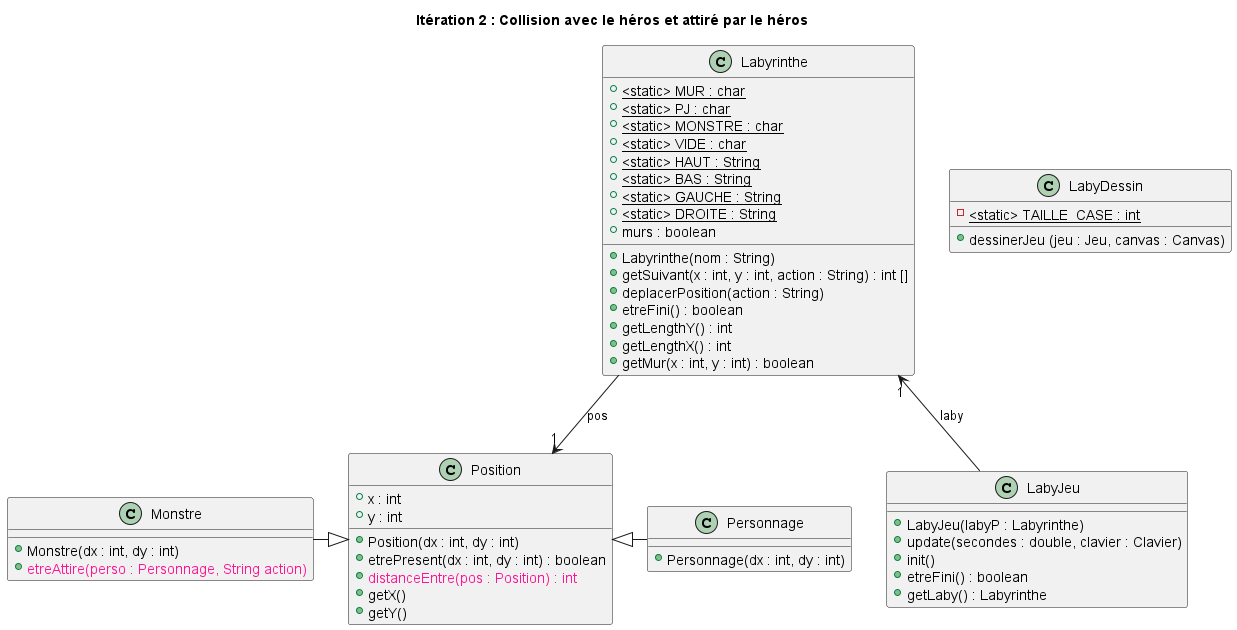
This is racine_depot/documents/version_3/diagClass_iter2-Itération_2___Collision_avec_le_héros_et_attiré_par_le_héros.png from Hugo-COLLIN/BUT_INFO_S2_2022_Zeldiablo, a PlantUML export, as it was before one commit.
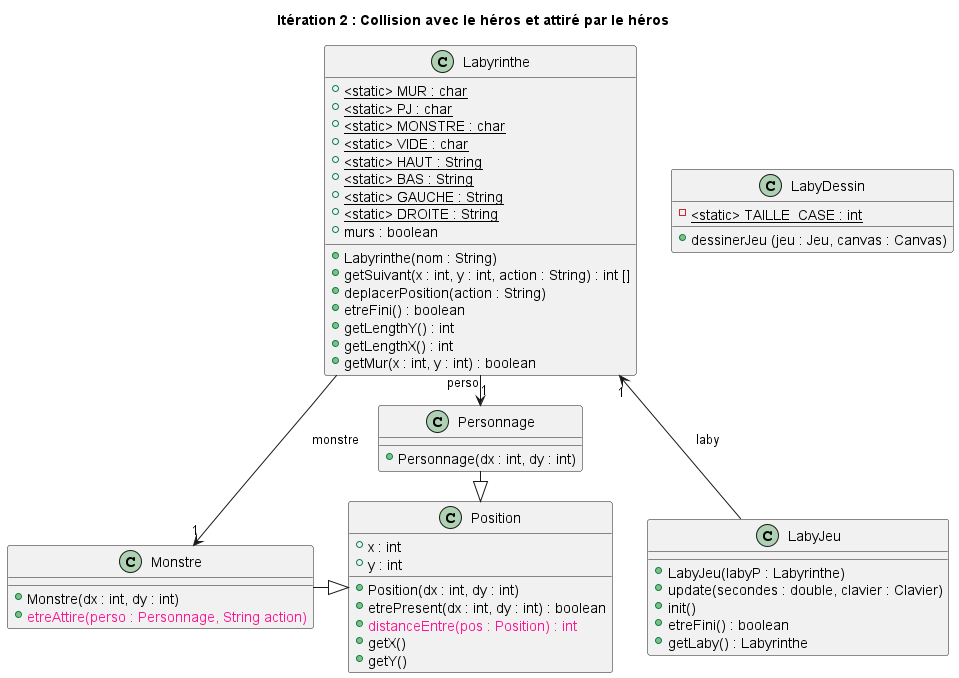
The same file after the commit.

What changed in the source:
```diff
@@ -54,7 +54,8 @@
     + <color:deeppink>etreAttire(perso : Personnage, String action)</color>
 }
 
-Labyrinthe --> Position : pos "1"
+Labyrinthe --> Monstre : monstre "1"
+Labyrinthe -> Personnage : perso "1"
 Labyrinthe "1" <-- LabyJeu : laby
 
 Monstre -|> Position
```
